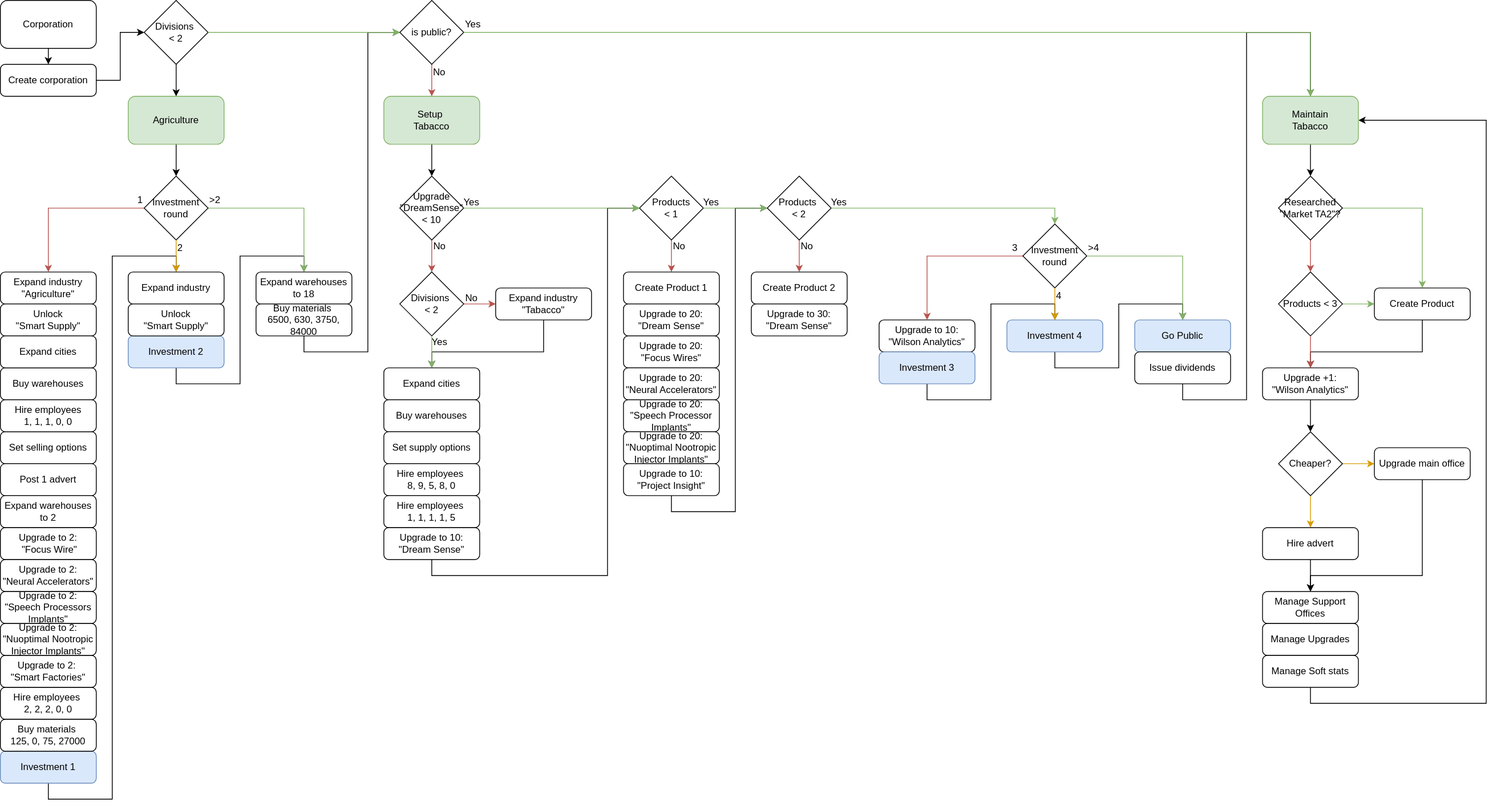
This is diagrams/Corporation sequence.svg from InfernoIV/bitburner-scripts, a draw.io export, as it was before one commit. Source tidied: cells renumbered, new cells last; positions are measured from the earlier drawing's top-left corner, leaving out a move shared by most shapes.
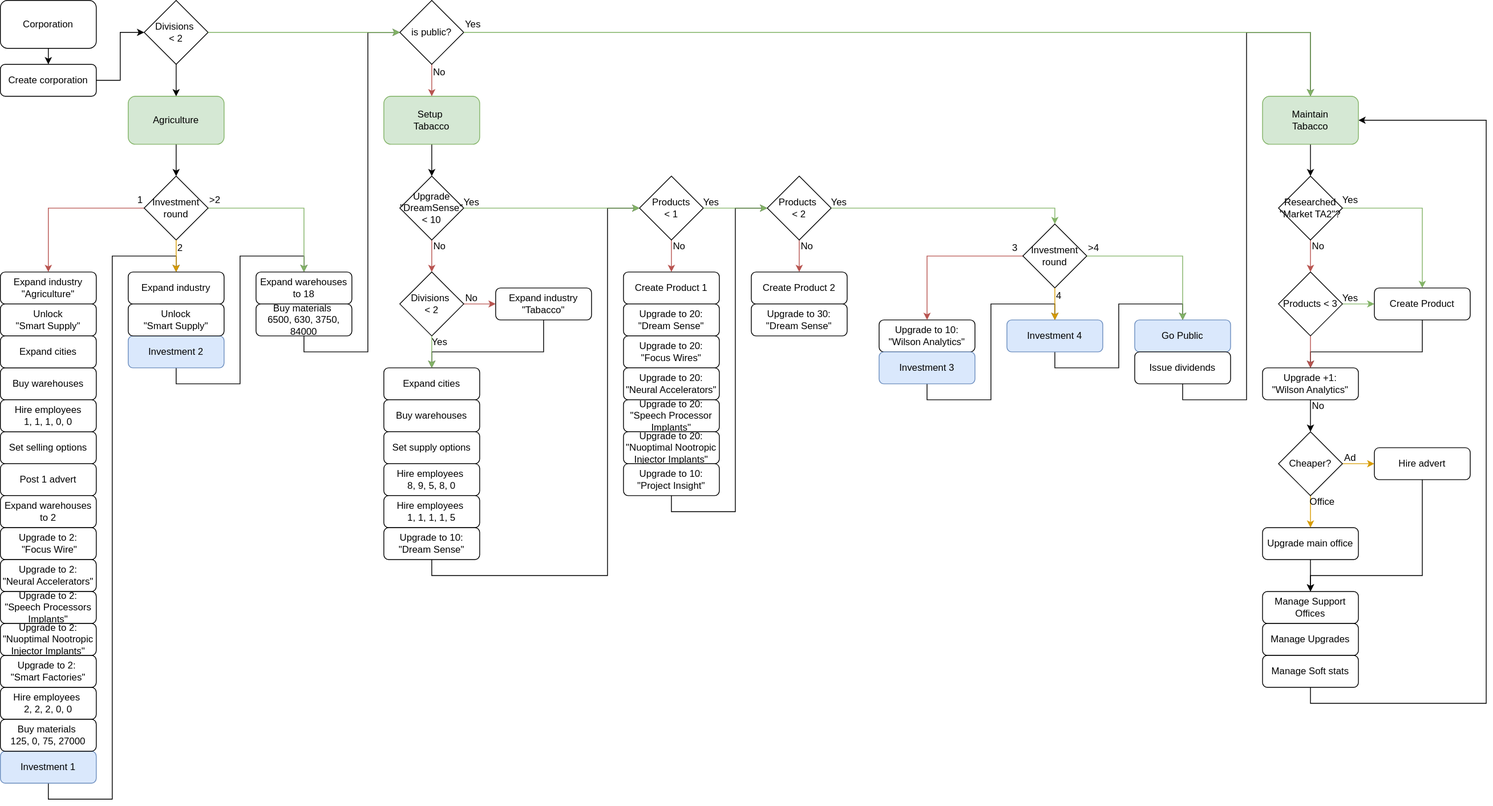
The same file after the commit.

Change to the diagram source:
```diff
@@ -421,13 +421,13 @@
         </Array>
       </mxGeometry>
     </mxCell>
-    <mxCell id="119" value="Upgrade main office" style="rounded=1;whiteSpace=wrap;html=1;fillColor=#FFFFFF;" parent="1" vertex="1">
+    <mxCell id="119" value="Hire advert" style="rounded=1;whiteSpace=wrap;html=1;fillColor=#FFFFFF;" parent="1" vertex="1">
       <mxGeometry x="1720" y="560" width="120" height="40" as="geometry" />
     </mxCell>
     <mxCell id="120" style="edgeStyle=orthogonalEdgeStyle;rounded=0;jettySize=auto;html=1;exitX=0.5;exitY=1;exitDx=0;exitDy=0;entryX=0.5;entryY=0;entryDx=0;entryDy=0;" parent="1" edge="1" source="121" target="122">
       <mxGeometry relative="1" as="geometry" />
     </mxCell>
-    <mxCell id="121" value="Hire advert" style="rounded=1;whiteSpace=wrap;html=1;fillColor=#FFFFFF;" parent="1" vertex="1">
+    <mxCell id="121" value="Upgrade main office" style="rounded=1;whiteSpace=wrap;html=1;fillColor=#FFFFFF;" parent="1" vertex="1">
       <mxGeometry x="1580" y="660" width="120" height="40" as="geometry" />
     </mxCell>
     <mxCell id="122" value="Manage Support Offices" style="rounded=1;whiteSpace=wrap;html=1;fillColor=#FFFFFF;" parent="1" vertex="1">
@@ -442,5 +442,23 @@
     <mxCell id="125" style="edgeStyle=orthogonalEdgeStyle;rounded=0;jettySize=auto;html=1;exitX=0.5;exitY=1;exitDx=0;exitDy=0;entryX=0.5;entryY=0;entryDx=0;entryDy=0;fillColor=#f8cecc;strokeColor=#b85450;" parent="1" edge="1" source="110" target="114">
       <mxGeometry relative="1" as="geometry" />
     </mxCell>
+    <mxCell id="126" value="Yes" style="text;html=1;align=center;verticalAlign=middle;whiteSpace=wrap;rounded=0;" parent="1" vertex="1">
+      <mxGeometry x="1680" y="242.5" width="20" height="15" as="geometry" />
+    </mxCell>
+    <mxCell id="127" value="Yes" style="text;html=1;align=center;verticalAlign=middle;whiteSpace=wrap;rounded=0;" parent="1" vertex="1">
+      <mxGeometry x="1680" y="365" width="20" height="15" as="geometry" />
+    </mxCell>
+    <mxCell id="128" value="No" style="text;html=1;align=center;verticalAlign=middle;whiteSpace=wrap;rounded=0;" parent="1" vertex="1">
+      <mxGeometry x="1640" y="300" width="20" height="15" as="geometry" />
+    </mxCell>
+    <mxCell id="129" value="No" style="text;html=1;align=center;verticalAlign=middle;whiteSpace=wrap;rounded=0;" parent="1" vertex="1">
+      <mxGeometry x="1640" y="500" width="20" height="15" as="geometry" />
+    </mxCell>
+    <mxCell id="130" value="Ad" style="text;html=1;align=center;verticalAlign=middle;whiteSpace=wrap;rounded=0;" parent="1" vertex="1">
+      <mxGeometry x="1680" y="565" width="20" height="15" as="geometry" />
+    </mxCell>
+    <mxCell id="131" value="Office" style="text;html=1;align=center;verticalAlign=middle;whiteSpace=wrap;rounded=0;" parent="1" vertex="1">
+      <mxGeometry x="1640" y="620" width="30" height="15" as="geometry" />
+    </mxCell>
   </root>
 </mxGraphModel>
```
